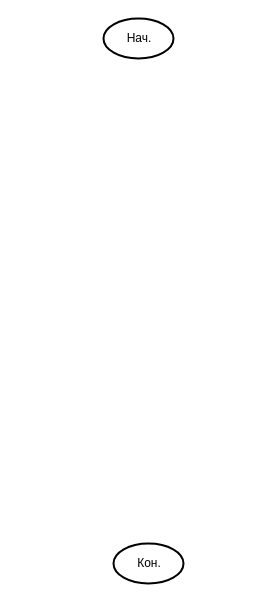
Earlier version of the draw.io diagram Шифрование_дешифрованиеMD6.drawio (EvAnGEL0/databases). Source tidied: cells renumbered, new cells numbered last; positions are measured from the earlier drawing's top-left corner, leaving out a move shared by most shapes. Both pictures are drawn from the tidied source at 100%, with x=0, y=0 at pixel (103, 18).
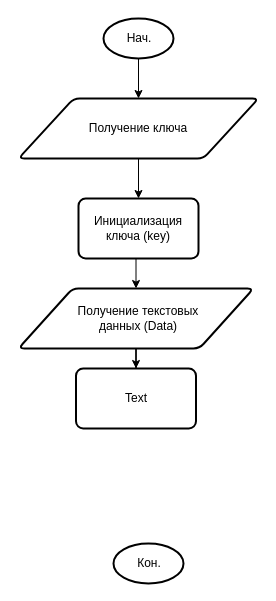
The same page after the edit.

The change refers to these unchanged cells:
```xml
<mxCell id="6" style="strokeWidth=2;html=1;shape=mxgraph.flowchart.start_1;whiteSpace=wrap;" parent="5" vertex="1">
  <mxGeometry width="70" height="40" as="geometry" />
</mxCell>
```

Change to the diagram source:
```diff
@@
+    <mxCell id="8" style="edgeStyle=orthogonalEdgeStyle;rounded=0;jettySize=auto;html=1;" parent="1" edge="1" source="11" target="14">
+      <mxGeometry relative="1" as="geometry" />
+    </mxCell>
+    <mxCell id="9" style="edgeStyle=orthogonalEdgeStyle;rounded=0;jettySize=auto;html=1;exitX=0.5;exitY=1;exitDx=0;exitDy=0;exitPerimeter=0;" parent="1" edge="1" source="6" target="11">
+      <mxGeometry relative="1" as="geometry" />
+    </mxCell>
+    <mxCell id="10" style="group;" parent="1" vertex="1">
+      <mxGeometry x="-85" y="80" width="240" height="60" as="geometry" />
+    </mxCell>
+    <mxCell id="11" style="shape=parallelogram;html=1;strokeWidth=2;perimeter=parallelogramPerimeter;whiteSpace=wrap;rounded=1;arcSize=12;size=0.23;" parent="10" vertex="1">
+      <mxGeometry width="240" height="60" as="geometry" />
+    </mxCell>
+    <mxCell id="12" value="Получение ключа" style="text;html=1;whiteSpace=wrap;strokeColor=none;fillColor=none;align=center;verticalAlign=middle;rounded=0;" parent="10" vertex="1">
+      <mxGeometry x="55" y="15" width="130" height="30" as="geometry" />
+    </mxCell>
+    <mxCell id="13" style="group;" parent="1" vertex="1">
+      <mxGeometry x="-25" y="180" width="120" height="60" as="geometry" />
+    </mxCell>
+    <mxCell id="14" style="whiteSpace=wrap;html=1;strokeWidth=2;rounded=1;arcSize=12;" parent="13" vertex="1">
+      <mxGeometry width="120" height="60" as="geometry" />
+    </mxCell>
+    <mxCell id="15" value="Инициализация ключа (key)" style="text;html=1;whiteSpace=wrap;strokeColor=none;fillColor=none;align=center;verticalAlign=middle;rounded=0;" parent="13" vertex="1">
+      <mxGeometry x="30" y="15" width="60" height="30" as="geometry" />
+    </mxCell>
+    <mxCell id="16" style="group;" parent="1" vertex="1">
+      <mxGeometry x="-85" y="270" width="235" height="60" as="geometry" />
+    </mxCell>
+    <mxCell id="17" style="shape=parallelogram;html=1;strokeWidth=2;perimeter=parallelogramPerimeter;whiteSpace=wrap;rounded=1;arcSize=12;size=0.23;" parent="16" vertex="1">
+      <mxGeometry width="235" height="60" as="geometry" />
+    </mxCell>
+    <mxCell id="18" style="edgeStyle=orthogonalEdgeStyle;rounded=0;jettySize=auto;html=1;exitX=0.5;exitY=1;exitDx=0;exitDy=0;entryX=0.5;entryY=0;entryDx=0;entryDy=0;" parent="16" edge="1" source="14" target="17">
+      <mxGeometry relative="1" as="geometry" />
+    </mxCell>
+    <mxCell id="19" value="Получение текстовых данных (Data)" style="text;html=1;whiteSpace=wrap;strokeColor=none;fillColor=none;align=center;verticalAlign=middle;rounded=0;" parent="16" vertex="1">
+      <mxGeometry x="45" y="15" width="150" height="30" as="geometry" />
+    </mxCell>
+    <mxCell id="20" style="whiteSpace=wrap;html=1;strokeWidth=2;rounded=1;arcSize=12;" parent="1" vertex="1">
+      <mxGeometry x="-27.5" y="350" width="120" height="60" as="geometry" />
+    </mxCell>
+    <mxCell id="21" style="edgeStyle=orthogonalEdgeStyle;rounded=0;jettySize=auto;html=1;" parent="1" edge="1" source="17" target="20">
+      <mxGeometry relative="1" as="geometry" />
+    </mxCell>
+    <mxCell id="22" value="Text" style="text;html=1;whiteSpace=wrap;strokeColor=none;fillColor=none;align=center;verticalAlign=middle;rounded=0;" parent="1" vertex="1">
+      <mxGeometry x="2.5" y="365" width="60" height="30" as="geometry" />
+    </mxCell>
```
